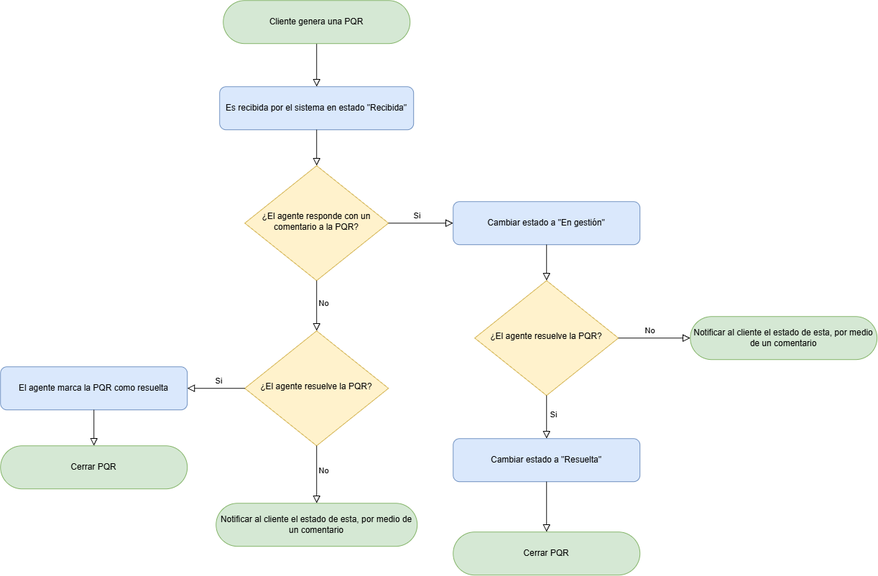
Before: assets/flow-pqr.png, a diagram exported from draw.io (mercadosergio/pqr_desk). Source tidied: cells renumbered, new cells last; positions are measured from the earlier drawing's top-left corner, leaving out a move shared by most shapes.
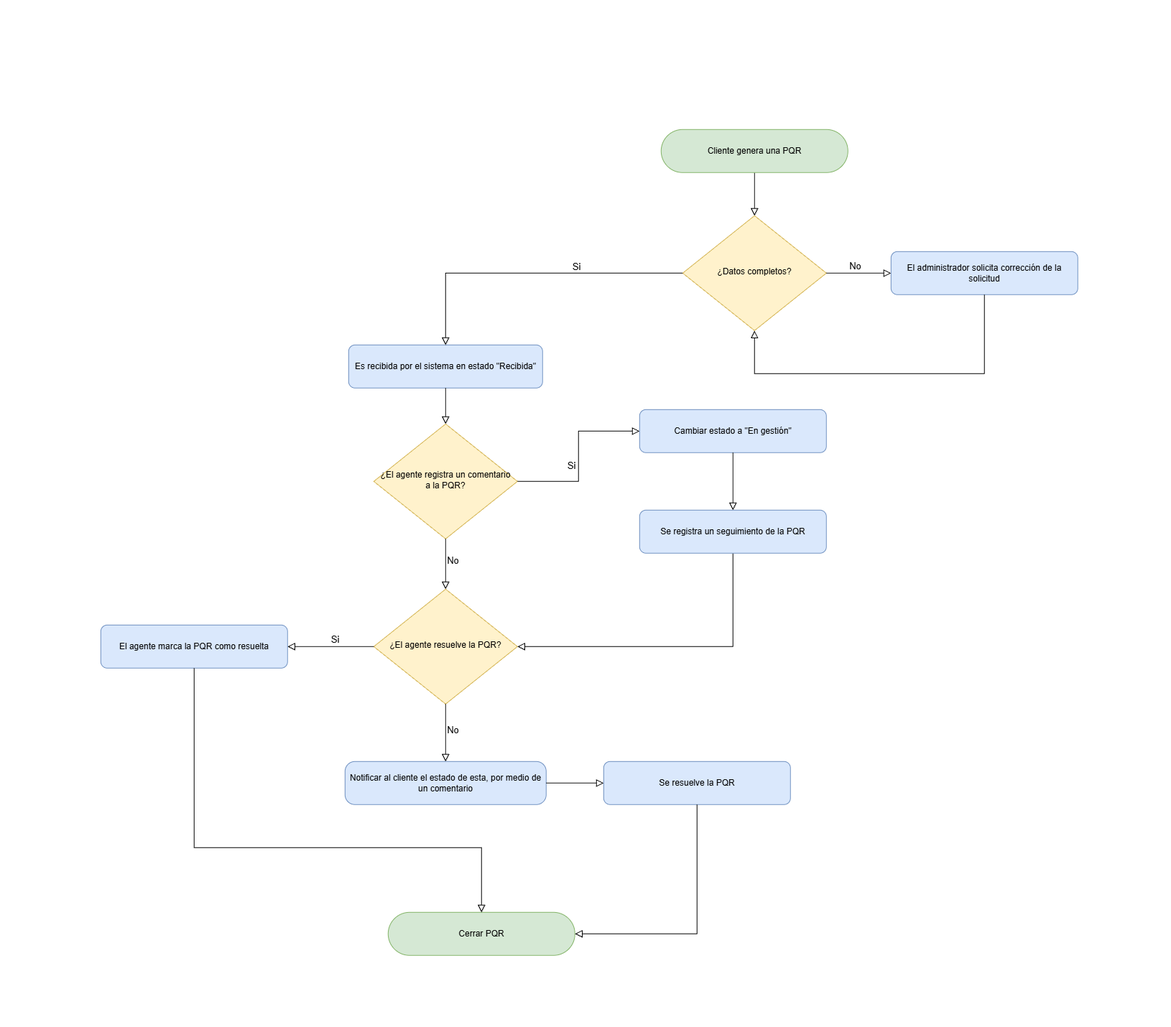
Later version of the same file.

Commit message:
diagrama de flujo y tablero Kanban

The edit, as a diff of the source:
```diff
@@ -2,74 +2,101 @@
   <root>
     <mxCell id="0" />
     <mxCell id="1" parent="0" />
+    <mxCell id="25" style="rounded=0;whiteSpace=wrap;html=1;fillColor=none;strokeColor=none;" parent="1" vertex="1">
+      <mxGeometry x="-610" y="-400" width="1630" height="1430" as="geometry" />
+    </mxCell>
-    <mxCell id="2" style="rounded=0;html=1;jettySize=auto;fontSize=11;endArrow=block;endFill=0;endSize=8;strokeWidth=1;shadow=0;labelBackgroundColor=none;edgeStyle=orthogonalEdgeStyle;entryX=0.5;entryY=0;entryDx=0;entryDy=0;" parent="1" edge="1" source="3" target="4">
+    <mxCell id="2" style="rounded=0;html=1;jettySize=auto;fontSize=11;endArrow=block;endFill=0;endSize=8;strokeWidth=1;shadow=0;labelBackgroundColor=none;edgeStyle=orthogonalEdgeStyle;entryX=0.5;entryY=0;entryDx=0;entryDy=0;" parent="1" edge="1" source="3" target="26">
       <mxGeometry relative="1" as="geometry" />
     </mxCell>
     <mxCell id="3" value="Cliente genera una PQR" style="rounded=1;whiteSpace=wrap;html=1;fontSize=12;glass=0;strokeWidth=1;shadow=0;fillColor=#d5e8d4;strokeColor=#82b366;arcSize=50;" parent="1" vertex="1">
-      <mxGeometry x="310" width="260" height="60" as="geometry" />
+      <mxGeometry x="310" y="-220" width="260" height="60" as="geometry" />
     </mxCell>
     <mxCell id="4" value="Es recibida por el sistema en estado &quot;Recibida&quot;" style="rounded=1;whiteSpace=wrap;html=1;fontSize=12;glass=0;strokeWidth=1;shadow=0;fillColor=#dae8fc;strokeColor=#6c8ebf;" parent="1" vertex="1">
-      <mxGeometry x="305" y="120" width="270" height="60" as="geometry" />
+      <mxGeometry x="-125" y="80" width="270" height="60" as="geometry" />
     </mxCell>
     <mxCell id="5" style="rounded=0;html=1;jettySize=auto;fontSize=11;endArrow=block;endFill=0;endSize=8;strokeWidth=1;shadow=0;labelBackgroundColor=none;edgeStyle=orthogonalEdgeStyle;entryX=0.5;entryY=0;entryDx=0;entryDy=0;" parent="1" edge="1" source="4" target="6">
       <mxGeometry relative="1" as="geometry" />
     </mxCell>
-    <mxCell id="6" value="¿El agente responde con un comentario a la PQR?" style="rhombus;whiteSpace=wrap;html=1;shadow=0;fontFamily=Helvetica;fontSize=12;align=center;strokeWidth=1;spacing=6;spacingTop=-4;fillColor=#fff2cc;strokeColor=#d6b656;" parent="1" vertex="1">
-      <mxGeometry x="340" y="230" width="200" height="160" as="geometry" />
+    <mxCell id="6" value="¿El agente registra un comentario a la PQR?" style="rhombus;whiteSpace=wrap;html=1;shadow=0;fontFamily=Helvetica;fontSize=12;align=center;strokeWidth=1;spacing=6;spacingTop=-4;fillColor=#fff2cc;strokeColor=#d6b656;" parent="1" vertex="1">
+      <mxGeometry x="-90" y="190" width="200" height="160" as="geometry" />
     </mxCell>
-    <mxCell id="7" value="Si" style="edgeStyle=orthogonalEdgeStyle;rounded=0;html=1;jettySize=auto;fontSize=11;endArrow=block;endFill=0;endSize=8;strokeWidth=1;shadow=0;labelBackgroundColor=none;exitX=1;exitY=0.5;exitDx=0;exitDy=0;entryX=0;entryY=0.5;entryDx=0;entryDy=0;" parent="1" edge="1" source="6" target="8">
+    <mxCell id="7" value="Si" style="edgeStyle=orthogonalEdgeStyle;rounded=0;html=1;jettySize=auto;fontSize=13;endArrow=block;endFill=0;endSize=8;strokeWidth=1;shadow=0;labelBackgroundColor=none;exitX=1;exitY=0.5;exitDx=0;exitDy=0;entryX=0;entryY=0.5;entryDx=0;entryDy=0;" parent="1" edge="1" source="6" target="8">
       <mxGeometry x="-0.12" y="10" relative="1" as="geometry" />
     </mxCell>
     <mxCell id="8" value="Cambiar estado a &quot;En gestión&quot;" style="rounded=1;whiteSpace=wrap;html=1;fontSize=12;glass=0;strokeWidth=1;shadow=0;fillColor=#dae8fc;strokeColor=#6c8ebf;" parent="1" vertex="1">
-      <mxGeometry x="630" y="280" width="260" height="60" as="geometry" />
+      <mxGeometry x="280" y="170" width="260" height="60" as="geometry" />
     </mxCell>
-    <mxCell id="9" style="rounded=0;html=1;jettySize=auto;fontSize=11;endArrow=block;endFill=0;endSize=8;strokeWidth=1;shadow=0;labelBackgroundColor=none;edgeStyle=orthogonalEdgeStyle;" parent="1" edge="1" source="8" target="10">
+    <mxCell id="9" style="rounded=0;html=1;jettySize=auto;fontSize=11;endArrow=block;endFill=0;endSize=8;strokeWidth=1;shadow=0;labelBackgroundColor=none;edgeStyle=orthogonalEdgeStyle;" parent="1" edge="1" source="8" target="31">
       <mxGeometry relative="1" as="geometry" />
     </mxCell>
-    <mxCell id="10" value="¿El agente resuelve la PQR?" style="rhombus;whiteSpace=wrap;html=1;shadow=0;fontFamily=Helvetica;fontSize=12;align=center;strokeWidth=1;spacing=6;spacingTop=-4;fillColor=#fff2cc;strokeColor=#d6b656;" parent="1" vertex="1">
-      <mxGeometry x="660" y="390" width="200" height="160" as="geometry" />
-    </mxCell>
-    <mxCell id="11" value="Si" style="edgeStyle=orthogonalEdgeStyle;rounded=0;html=1;jettySize=auto;fontSize=11;endArrow=block;endFill=0;endSize=8;strokeWidth=1;shadow=0;labelBackgroundColor=none;exitX=0.5;exitY=1;exitDx=0;exitDy=0;" parent="1" edge="1" source="10" target="12">
-      <mxGeometry x="-0.12" y="10" relative="1" as="geometry" />
-    </mxCell>
-    <mxCell id="12" value="Cambiar estado a &quot;Resuelta&quot;" style="rounded=1;whiteSpace=wrap;html=1;fontSize=12;glass=0;strokeWidth=1;shadow=0;fillColor=#dae8fc;strokeColor=#6c8ebf;" parent="1" vertex="1">
-      <mxGeometry x="630" y="610" width="260" height="60" as="geometry" />
-    </mxCell>
-    <mxCell id="13" style="rounded=0;html=1;jettySize=auto;fontSize=11;endArrow=block;endFill=0;endSize=8;strokeWidth=1;shadow=0;labelBackgroundColor=none;edgeStyle=orthogonalEdgeStyle;entryX=0.5;entryY=0;entryDx=0;entryDy=0;" parent="1" edge="1" source="12" target="14">
-      <mxGeometry relative="1" as="geometry" />
-    </mxCell>
-    <mxCell id="14" value="Cerrar PQR" style="rounded=1;whiteSpace=wrap;html=1;fontSize=12;glass=0;strokeWidth=1;shadow=0;fillColor=#d5e8d4;strokeColor=#82b366;arcSize=50;" parent="1" vertex="1">
-      <mxGeometry x="630" y="740" width="260" height="60" as="geometry" />
-    </mxCell>
-    <mxCell id="15" value="No" style="edgeStyle=orthogonalEdgeStyle;rounded=0;html=1;jettySize=auto;fontSize=11;endArrow=block;endFill=0;endSize=8;strokeWidth=1;shadow=0;labelBackgroundColor=none;exitX=0.5;exitY=1;exitDx=0;exitDy=0;" parent="1" edge="1" source="6" target="16">
+    <mxCell id="15" value="No" style="edgeStyle=orthogonalEdgeStyle;rounded=0;html=1;jettySize=auto;fontSize=13;endArrow=block;endFill=0;endSize=8;strokeWidth=1;shadow=0;labelBackgroundColor=none;exitX=0.5;exitY=1;exitDx=0;exitDy=0;" parent="1" edge="1" source="6" target="16">
       <mxGeometry x="-0.12" y="10" relative="1" as="geometry" />
     </mxCell>
     <mxCell id="16" value="¿El agente resuelve la PQR?" style="rhombus;whiteSpace=wrap;html=1;shadow=0;fontFamily=Helvetica;fontSize=12;align=center;strokeWidth=1;spacing=6;spacingTop=-4;fillColor=#fff2cc;strokeColor=#d6b656;" parent="1" vertex="1">
-      <mxGeometry x="340" y="460" width="200" height="160" as="geometry" />
+      <mxGeometry x="-90" y="420" width="200" height="160" as="geometry" />
     </mxCell>
-    <mxCell id="17" value="Si" style="edgeStyle=orthogonalEdgeStyle;rounded=0;html=1;jettySize=auto;fontSize=11;endArrow=block;endFill=0;endSize=8;strokeWidth=1;shadow=0;labelBackgroundColor=none;entryX=1;entryY=0.5;entryDx=0;entryDy=0;" parent="1" edge="1" source="16" target="18">
+    <mxCell id="17" value="Si" style="edgeStyle=orthogonalEdgeStyle;rounded=0;html=1;jettySize=auto;fontSize=13;endArrow=block;endFill=0;endSize=8;strokeWidth=1;shadow=0;labelBackgroundColor=none;entryX=1;entryY=0.5;entryDx=0;entryDy=0;" parent="1" edge="1" source="16" target="18">
       <mxGeometry x="-0.09" y="-10" relative="1" as="geometry" />
     </mxCell>
     <mxCell id="18" value="El agente marca la PQR como resuelta" style="rounded=1;whiteSpace=wrap;html=1;fontSize=12;glass=0;strokeWidth=1;shadow=0;fillColor=#dae8fc;strokeColor=#6c8ebf;" parent="1" vertex="1">
-      <mxGeometry y="510" width="260" height="60" as="geometry" />
+      <mxGeometry x="-470" y="470" width="260" height="60" as="geometry" />
     </mxCell>
     <mxCell id="19" value="Cerrar PQR" style="rounded=1;whiteSpace=wrap;html=1;fontSize=12;glass=0;strokeWidth=1;shadow=0;fillColor=#d5e8d4;strokeColor=#82b366;arcSize=50;" parent="1" vertex="1">
-      <mxGeometry y="620" width="260" height="60" as="geometry" />
+      <mxGeometry x="-70" y="870" width="260" height="60" as="geometry" />
     </mxCell>
-    <mxCell id="20" style="rounded=0;html=1;jettySize=auto;fontSize=11;endArrow=block;endFill=0;endSize=8;strokeWidth=1;shadow=0;labelBackgroundColor=none;edgeStyle=orthogonalEdgeStyle;" parent="1" edge="1" source="18" target="19">
-      <mxGeometry relative="1" as="geometry" />
+    <mxCell id="20" style="rounded=0;html=1;jettySize=auto;fontSize=11;endArrow=block;endFill=0;endSize=8;strokeWidth=1;shadow=0;labelBackgroundColor=none;edgeStyle=orthogonalEdgeStyle;exitX=0.5;exitY=1;exitDx=0;exitDy=0;" parent="1" edge="1" source="18" target="19">
+      <mxGeometry relative="1" as="geometry">
+        <Array as="points">
+          <mxPoint x="-340" y="780" />
+          <mxPoint x="60" y="780" />
+        </Array>
+      </mxGeometry>
     </mxCell>
-    <mxCell id="21" value="No" style="edgeStyle=orthogonalEdgeStyle;rounded=0;html=1;jettySize=auto;fontSize=11;endArrow=block;endFill=0;endSize=8;strokeWidth=1;shadow=0;labelBackgroundColor=none;exitX=0.5;exitY=1;exitDx=0;exitDy=0;" parent="1" edge="1" source="16" target="22">
+    <mxCell id="21" value="No" style="edgeStyle=orthogonalEdgeStyle;rounded=0;html=1;jettySize=auto;fontSize=13;endArrow=block;endFill=0;endSize=8;strokeWidth=1;shadow=0;labelBackgroundColor=none;exitX=0.5;exitY=1;exitDx=0;exitDy=0;" parent="1" edge="1" source="16" target="22">
       <mxGeometry x="-0.12" y="10" relative="1" as="geometry" />
     </mxCell>
-    <mxCell id="22" value="Notificar al cliente el estado de esta, por medio de un comentario" style="rounded=1;whiteSpace=wrap;html=1;fontSize=12;glass=0;strokeWidth=1;shadow=0;fillColor=#d5e8d4;strokeColor=#82b366;arcSize=50;" parent="1" vertex="1">
-      <mxGeometry x="300" y="700" width="280" height="60" as="geometry" />
+    <mxCell id="22" value="Notificar al cliente el estado de esta, por medio de un comentario" style="rounded=1;whiteSpace=wrap;html=1;fontSize=12;glass=0;strokeWidth=1;shadow=0;fillColor=#dae8fc;strokeColor=#6c8ebf;arcSize=23;" parent="1" vertex="1">
+      <mxGeometry x="-130" y="660" width="280" height="60" as="geometry" />
     </mxCell>
+    <mxCell id="26" value="¿Datos completos?" style="rhombus;whiteSpace=wrap;html=1;shadow=0;fontFamily=Helvetica;fontSize=12;align=center;strokeWidth=1;spacing=6;spacingTop=-4;fillColor=#fff2cc;strokeColor=#d6b656;" parent="1" vertex="1">
+      <mxGeometry x="340" y="-100" width="200" height="160" as="geometry" />
+    </mxCell>
+    <mxCell id="27" style="rounded=0;html=1;jettySize=auto;fontSize=11;endArrow=block;endFill=0;endSize=8;strokeWidth=1;shadow=0;labelBackgroundColor=none;edgeStyle=orthogonalEdgeStyle;exitX=0;exitY=0.5;exitDx=0;exitDy=0;" parent="1" edge="1" source="26" target="4">
+      <mxGeometry relative="1" as="geometry" />
+    </mxCell>
+    <mxCell id="11" value="Si" style="edgeLabel;html=1;align=center;verticalAlign=middle;fontSize=13;" parent="27" vertex="1">
+      <mxGeometry x="-0.22" relative="1" as="geometry">
+        <mxPoint x="17" y="-10" as="offset" />
+      </mxGeometry>
+    </mxCell>
-    <mxCell id="23" value="No" style="edgeStyle=orthogonalEdgeStyle;rounded=0;html=1;jettySize=auto;fontSize=11;endArrow=block;endFill=0;endSize=8;strokeWidth=1;shadow=0;labelBackgroundColor=none;exitX=1;exitY=0.5;exitDx=0;exitDy=0;entryX=0;entryY=0.5;entryDx=0;entryDy=0;" parent="1" edge="1" source="10" target="24">
+    <mxCell id="23" value="No" style="edgeStyle=orthogonalEdgeStyle;rounded=0;html=1;jettySize=auto;fontSize=13;endArrow=block;endFill=0;endSize=8;strokeWidth=1;shadow=0;labelBackgroundColor=none;exitX=1;exitY=0.5;exitDx=0;exitDy=0;entryX=0;entryY=0.5;entryDx=0;entryDy=0;" parent="1" edge="1" source="26" target="28">
       <mxGeometry x="-0.12" y="10" relative="1" as="geometry" />
     </mxCell>
-    <mxCell id="24" value="Notificar al cliente el estado de esta, por medio de un comentario" style="rounded=1;whiteSpace=wrap;html=1;fontSize=12;glass=0;strokeWidth=1;shadow=0;fillColor=#d5e8d4;strokeColor=#82b366;arcSize=50;" parent="1" vertex="1">
-      <mxGeometry x="960" y="440" width="260" height="60" as="geometry" />
-    </mxCell>
+    <mxCell id="28" value="El administrador solicita corrección de la solicitud" style="rounded=1;whiteSpace=wrap;html=1;fontSize=12;glass=0;strokeWidth=1;shadow=0;fillColor=#dae8fc;strokeColor=#6c8ebf;" parent="1" vertex="1">
+      <mxGeometry x="630" y="-50" width="260" height="60" as="geometry" />
+    </mxCell>
+    <mxCell id="29" style="rounded=0;html=1;jettySize=auto;fontSize=11;endArrow=block;endFill=0;endSize=8;strokeWidth=1;shadow=0;labelBackgroundColor=none;edgeStyle=orthogonalEdgeStyle;entryX=0.5;entryY=1;entryDx=0;entryDy=0;exitX=0.5;exitY=1;exitDx=0;exitDy=0;" parent="1" edge="1" source="28" target="26">
+      <mxGeometry relative="1" as="geometry">
+        <Array as="points">
+          <mxPoint x="760" y="120" />
+          <mxPoint x="440" y="120" />
+        </Array>
+      </mxGeometry>
+    </mxCell>
+    <mxCell id="30" style="rounded=0;html=1;jettySize=auto;fontSize=11;endArrow=block;endFill=0;endSize=8;strokeWidth=1;shadow=0;labelBackgroundColor=none;edgeStyle=orthogonalEdgeStyle;entryX=1;entryY=0.5;entryDx=0;entryDy=0;exitX=0.5;exitY=1;exitDx=0;exitDy=0;" parent="1" edge="1" source="31" target="16">
+      <mxGeometry relative="1" as="geometry" />
+    </mxCell>
+    <mxCell id="31" value="Se registra un seguimiento de la PQR" style="rounded=1;whiteSpace=wrap;html=1;fontSize=12;glass=0;strokeWidth=1;shadow=0;fillColor=#dae8fc;strokeColor=#6c8ebf;" parent="1" vertex="1">
+      <mxGeometry x="280" y="310" width="260" height="60" as="geometry" />
+    </mxCell>
+    <mxCell id="32" style="rounded=0;html=1;jettySize=auto;fontSize=11;endArrow=block;endFill=0;endSize=8;strokeWidth=1;shadow=0;labelBackgroundColor=none;edgeStyle=orthogonalEdgeStyle;exitX=1;exitY=0.5;exitDx=0;exitDy=0;entryX=0;entryY=0.5;entryDx=0;entryDy=0;" parent="1" edge="1" source="22" target="33">
+      <mxGeometry relative="1" as="geometry" />
+    </mxCell>
+    <mxCell id="33" value="Se resuelve la PQR" style="rounded=1;whiteSpace=wrap;html=1;fontSize=12;glass=0;strokeWidth=1;shadow=0;fillColor=#dae8fc;strokeColor=#6c8ebf;" parent="1" vertex="1">
+      <mxGeometry x="230" y="660" width="260" height="60" as="geometry" />
+    </mxCell>
+    <mxCell id="34" style="rounded=0;html=1;jettySize=auto;fontSize=11;endArrow=block;endFill=0;endSize=8;strokeWidth=1;shadow=0;labelBackgroundColor=none;edgeStyle=orthogonalEdgeStyle;entryX=1;entryY=0.5;entryDx=0;entryDy=0;exitX=0.5;exitY=1;exitDx=0;exitDy=0;" parent="1" edge="1" source="33" target="19">
+      <mxGeometry relative="1" as="geometry" />
+    </mxCell>
   </root>
 </mxGraphModel>
```
